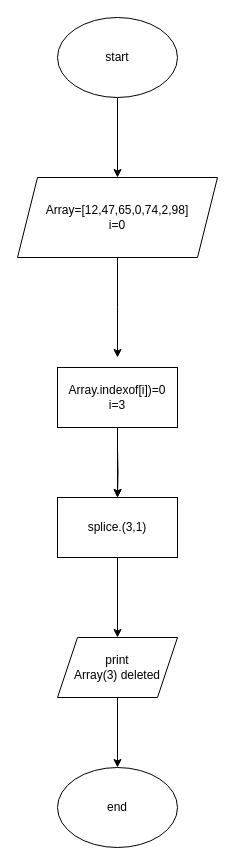
This is moveallzeros.drawio from Rufatsb/first, a draw.io file, before an edit. Source tidied: cells renumbered, new cells numbered last; positions are measured from the earlier drawing's top-left corner, leaving out a move shared by most shapes. Both pictures are drawn from the tidied source at 100%, with x=0, y=0 at pixel (17, 17).
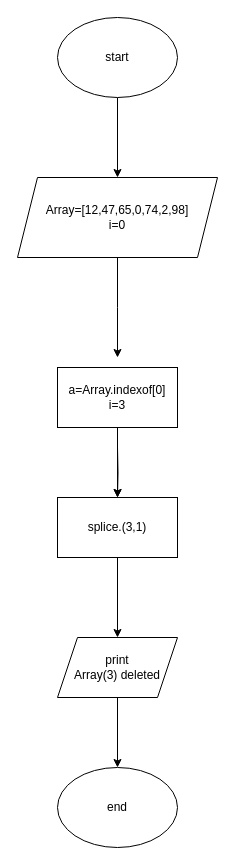
Above is the later version.

The edit, as a diff of the source:
```diff
@@
 <mxGraphModel>
   <root>
     <mxCell id="0" />
     <mxCell id="1" parent="0" />
     <mxCell id="2" style="edgeStyle=orthogonalEdgeStyle;rounded=0;jettySize=auto;html=1;entryX=0.5;entryY=0;entryDx=0;entryDy=0;" parent="1" edge="1" source="3" target="5">
       <mxGeometry relative="1" as="geometry" />
     </mxCell>
     <mxCell id="3" value="start" style="ellipse;whiteSpace=wrap;html=1;" parent="1" vertex="1">
       <mxGeometry x="40" width="120" height="80" as="geometry" />
     </mxCell>
     <mxCell id="4" style="edgeStyle=orthogonalEdgeStyle;rounded=0;jettySize=auto;html=1;" parent="1" edge="1" source="5">
       <mxGeometry relative="1" as="geometry">
         <mxPoint x="100" y="340" as="targetPoint" />
       </mxGeometry>
     </mxCell>
     <mxCell id="5" value="Array=[12,47,65,0,74,2,98]&lt;br&gt;i=0" style="shape=parallelogram;perimeter=parallelogramPerimeter;whiteSpace=wrap;html=1;fixedSize=1;" parent="1" vertex="1">
       <mxGeometry y="160" width="200" height="80" as="geometry" />
     </mxCell>
     <mxCell id="6" style="edgeStyle=orthogonalEdgeStyle;rounded=0;jettySize=auto;html=1;" parent="1" edge="1" source="7" target="10">
       <mxGeometry relative="1" as="geometry" />
     </mxCell>
     <mxCell id="7" value="print&lt;br&gt;Array(3) deleted" style="shape=parallelogram;perimeter=parallelogramPerimeter;whiteSpace=wrap;html=1;fixedSize=1;" parent="1" vertex="1">
       <mxGeometry x="40" y="620" width="120" height="60" as="geometry" />
     </mxCell>
     <mxCell id="8" style="edgeStyle=orthogonalEdgeStyle;rounded=0;jettySize=auto;html=1;entryX=0.5;entryY=0;entryDx=0;entryDy=0;" parent="1" edge="1" source="9" target="7">
       <mxGeometry relative="1" as="geometry" />
     </mxCell>
     <mxCell id="9" value="&lt;span&gt;splice.(3,1)&lt;/span&gt;" style="rounded=0;whiteSpace=wrap;html=1;" parent="1" vertex="1">
       <mxGeometry x="40" y="480" width="120" height="60" as="geometry" />
     </mxCell>
     <mxCell id="10" value="end" style="ellipse;whiteSpace=wrap;html=1;" parent="1" vertex="1">
       <mxGeometry x="40" y="750" width="120" height="80" as="geometry" />
     </mxCell>
     <mxCell id="11" style="edgeStyle=orthogonalEdgeStyle;rounded=0;jettySize=auto;html=1;exitX=0.5;exitY=1;exitDx=0;exitDy=0;entryX=0.5;entryY=0;entryDx=0;entryDy=0;" parent="1" edge="1" target="9">
       <mxGeometry relative="1" as="geometry">
         <mxPoint x="100" y="430" as="sourcePoint" />
       </mxGeometry>
     </mxCell>
     <mxCell id="12" style="edgeStyle=orthogonalEdgeStyle;rounded=0;jettySize=auto;html=1;" parent="1" edge="1" source="13" target="9">
       <mxGeometry relative="1" as="geometry" />
     </mxCell>
-    <mxCell id="13" value="&lt;span&gt;Array.indexof[i])=0&lt;br&gt;i=3&lt;br&gt;&lt;/span&gt;" style="rounded=0;whiteSpace=wrap;html=1;" parent="1" vertex="1">
+    <mxCell id="13" value="&lt;span&gt;a=Array.indexof[0]&lt;br&gt;i=3&lt;br&gt;&lt;/span&gt;" style="rounded=0;whiteSpace=wrap;html=1;" parent="1" vertex="1">
       <mxGeometry x="40" y="350" width="120" height="60" as="geometry" />
     </mxCell>
   </root>
 </mxGraphModel>
```
